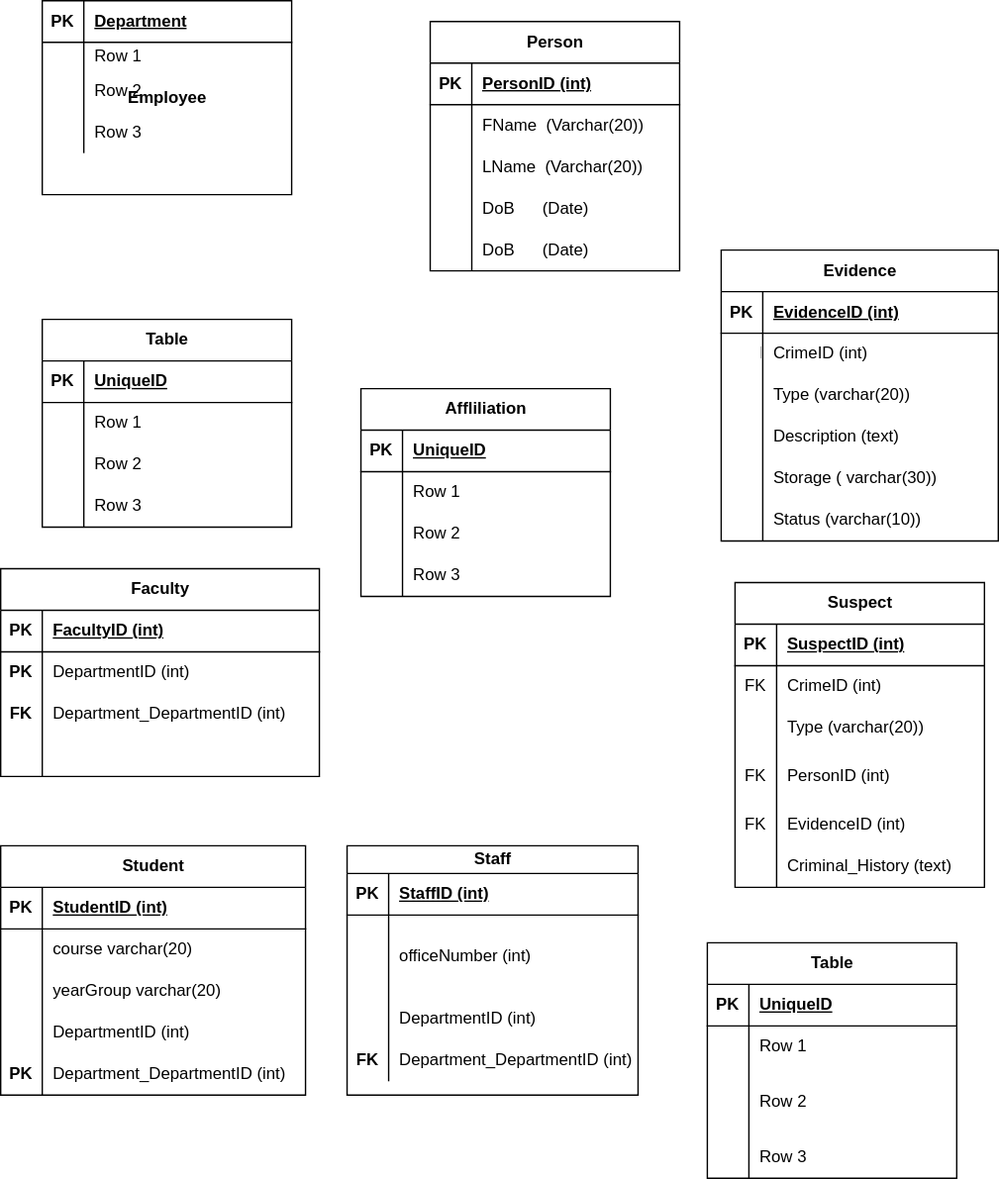
This is Untitled Diagram.drawio.svg from Priscile2/Diagrams, a draw.io export, as it was before one commit. Source tidied: cells renumbered, new cells last; positions are measured from the earlier drawing's top-left corner, leaving out a move shared by most shapes.
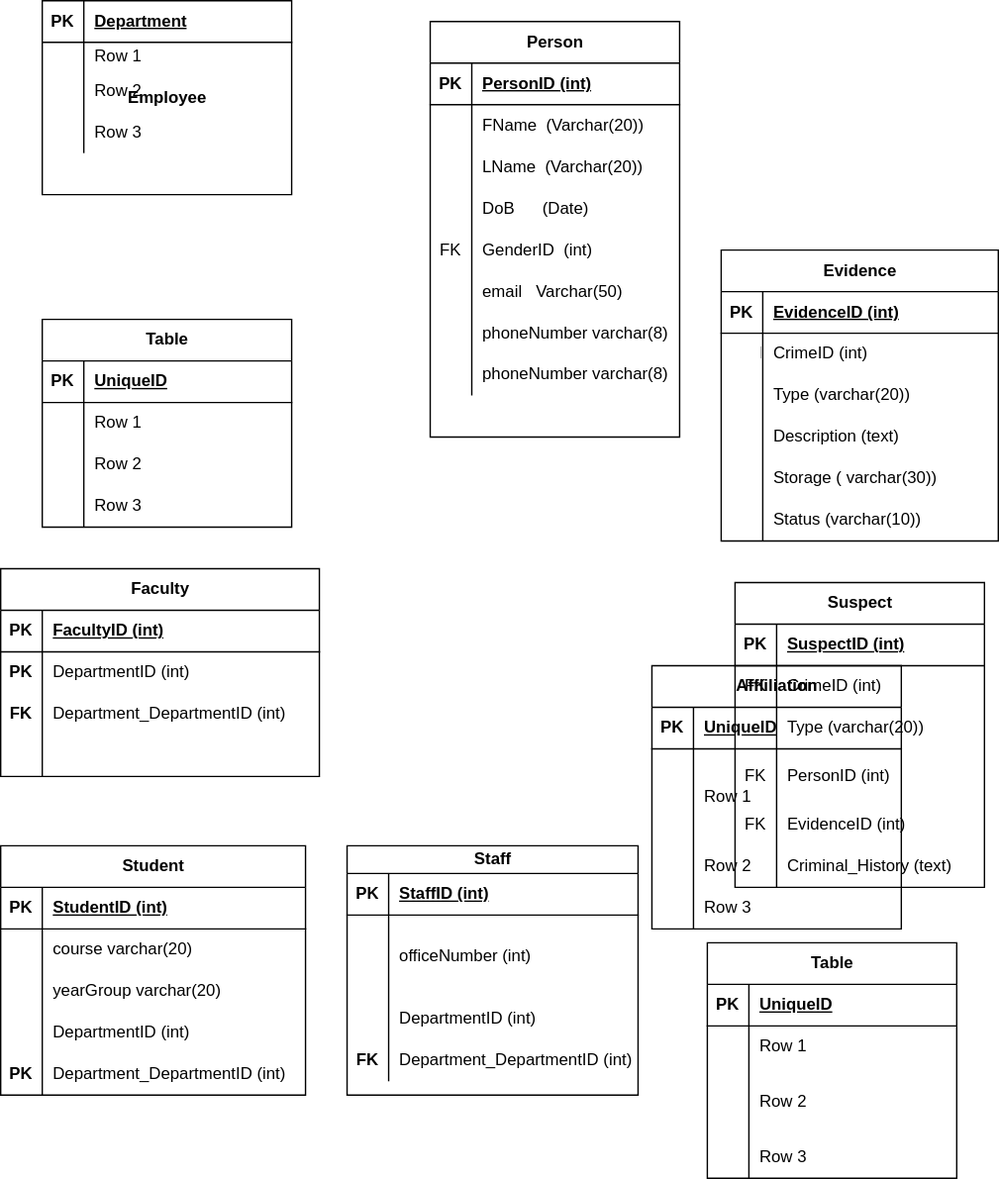
The same file after the commit.

Diff of the diagram source:
```diff
@@ -42,7 +42,7 @@
       <mxGeometry x="30" width="150" height="30" as="geometry" />
     </mxCell>
     <mxCell id="15" value="Person" style="shape=table;startSize=30;rowLines=0;fontStyle=1;align=center;html=1;" parent="1" vertex="1">
-      <mxGeometry x="310" y="15" width="180" height="180" as="geometry" />
+      <mxGeometry x="310" y="15" width="180" height="300" as="geometry" />
     </mxCell>
     <mxCell id="16" style="shape=tableRow;horizontal=0;startSize=0;swimlaneHead=0;swimlaneBody=0;fillColor=none;top=0;left=0;right=0;bottom=1;" parent="15" vertex="1">
       <mxGeometry y="30" width="180" height="30" as="geometry" />
@@ -83,14 +83,41 @@
     <mxCell id="28" style="shape=tableRow;horizontal=0;startSize=0;swimlaneHead=0;swimlaneBody=0;fillColor=none;top=0;left=0;right=0;bottom=0;" parent="15" vertex="1">
       <mxGeometry y="150" width="180" height="30" as="geometry" />
     </mxCell>
-    <mxCell id="29" style="shape=partialRectangle;fillColor=none;top=0;left=0;bottom=0;right=0;overflow=hidden;whiteSpace=wrap;html=1;" parent="28" vertex="1">
+    <mxCell id="29" value="FK" style="shape=partialRectangle;fillColor=none;top=0;left=0;bottom=0;right=0;overflow=hidden;whiteSpace=wrap;html=1;" parent="28" vertex="1">
       <mxGeometry width="30" height="30" as="geometry" />
     </mxCell>
-    <mxCell id="30" value="DoB &amp;nbsp; &amp;nbsp; &amp;nbsp;(Date)" style="shape=partialRectangle;fillColor=none;top=0;left=0;bottom=0;right=0;align=left;spacingLeft=6;overflow=hidden;whiteSpace=wrap;html=1;" parent="28" vertex="1">
+    <mxCell id="30" value="GenderID &amp;nbsp;(int)" style="shape=partialRectangle;fillColor=none;top=0;left=0;bottom=0;right=0;align=left;spacingLeft=6;overflow=hidden;whiteSpace=wrap;html=1;" parent="28" vertex="1">
       <mxGeometry x="30" width="150" height="30" as="geometry" />
     </mxCell>
+    <mxCell id="150" style="shape=tableRow;horizontal=0;startSize=0;swimlaneHead=0;swimlaneBody=0;fillColor=none;top=0;left=0;right=0;bottom=0;" parent="15" vertex="1">
+      <mxGeometry y="180" width="180" height="30" as="geometry" />
+    </mxCell>
+    <mxCell id="151" style="shape=partialRectangle;fillColor=none;top=0;left=0;bottom=0;right=0;overflow=hidden;whiteSpace=wrap;html=1;" parent="150" vertex="1">
+      <mxGeometry width="30" height="30" as="geometry" />
+    </mxCell>
+    <mxCell id="152" value="email &amp;nbsp; Varchar(50)" style="shape=partialRectangle;fillColor=none;top=0;left=0;bottom=0;right=0;align=left;spacingLeft=6;overflow=hidden;whiteSpace=wrap;html=1;" parent="150" vertex="1">
+      <mxGeometry x="30" width="150" height="30" as="geometry" />
+    </mxCell>
+    <mxCell id="153" style="shape=tableRow;horizontal=0;startSize=0;swimlaneHead=0;swimlaneBody=0;fillColor=none;top=0;left=0;right=0;bottom=0;" parent="15" vertex="1">
+      <mxGeometry y="210" width="180" height="30" as="geometry" />
+    </mxCell>
+    <mxCell id="154" style="shape=partialRectangle;fillColor=none;top=0;left=0;bottom=0;right=0;overflow=hidden;whiteSpace=wrap;html=1;" parent="153" vertex="1">
+      <mxGeometry width="30" height="30" as="geometry" />
+    </mxCell>
+    <mxCell id="155" value="phoneNumber varchar(8)" style="shape=partialRectangle;fillColor=none;top=0;left=0;bottom=0;right=0;align=left;spacingLeft=6;overflow=hidden;whiteSpace=wrap;html=1;" parent="153" vertex="1">
+      <mxGeometry x="30" width="150" height="30" as="geometry" />
+    </mxCell>
+    <mxCell id="156" style="shape=tableRow;horizontal=0;startSize=0;swimlaneHead=0;swimlaneBody=0;fillColor=none;top=0;left=0;right=0;bottom=0;" parent="15" vertex="1">
+      <mxGeometry y="240" width="180" height="30" as="geometry" />
+    </mxCell>
+    <mxCell id="157" style="shape=partialRectangle;fillColor=none;top=0;left=0;bottom=0;right=0;overflow=hidden;whiteSpace=wrap;html=1;" parent="156" vertex="1">
+      <mxGeometry width="30" height="30" as="geometry" />
+    </mxCell>
+    <mxCell id="158" value="phoneNumber varchar(8)" style="shape=partialRectangle;fillColor=none;top=0;left=0;bottom=0;right=0;align=left;spacingLeft=6;overflow=hidden;whiteSpace=wrap;html=1;" parent="156" vertex="1">
+      <mxGeometry x="30" width="150" height="30" as="geometry" />
+    </mxCell>
     <mxCell id="31" value="Affliliation" style="shape=table;startSize=30;rowLines=0;fontStyle=1;align=center;html=1;" parent="1" vertex="1">
-      <mxGeometry x="260" y="280" width="180" height="150" as="geometry" />
+      <mxGeometry x="470" y="480" width="180" height="190" as="geometry" />
     </mxCell>
     <mxCell id="32" style="shape=tableRow;horizontal=0;startSize=0;swimlaneHead=0;swimlaneBody=0;fillColor=none;top=0;left=0;right=0;bottom=1;" parent="31" vertex="1">
       <mxGeometry y="30" width="180" height="30" as="geometry" />
@@ -102,16 +129,16 @@
       <mxGeometry x="30" width="150" height="30" as="geometry" />
     </mxCell>
     <mxCell id="35" style="shape=tableRow;horizontal=0;startSize=0;swimlaneHead=0;swimlaneBody=0;fillColor=none;top=0;left=0;right=0;bottom=0;" parent="31" vertex="1">
-      <mxGeometry y="60" width="180" height="30" as="geometry" />
+      <mxGeometry y="60" width="180" height="70" as="geometry" />
     </mxCell>
     <mxCell id="36" style="shape=partialRectangle;fillColor=none;top=0;left=0;bottom=0;right=0;overflow=hidden;whiteSpace=wrap;html=1;" parent="35" vertex="1">
-      <mxGeometry width="30" height="30" as="geometry" />
+      <mxGeometry width="30" height="70" as="geometry" />
     </mxCell>
     <mxCell id="37" value="Row 1" style="shape=partialRectangle;fillColor=none;top=0;left=0;bottom=0;right=0;align=left;spacingLeft=6;overflow=hidden;whiteSpace=wrap;html=1;" parent="35" vertex="1">
-      <mxGeometry x="30" width="150" height="30" as="geometry" />
+      <mxGeometry x="30" width="150" height="70" as="geometry" />
     </mxCell>
     <mxCell id="38" style="shape=tableRow;horizontal=0;startSize=0;swimlaneHead=0;swimlaneBody=0;fillColor=none;top=0;left=0;right=0;bottom=0;" parent="31" vertex="1">
-      <mxGeometry y="90" width="180" height="30" as="geometry" />
+      <mxGeometry y="130" width="180" height="30" as="geometry" />
     </mxCell>
     <mxCell id="39" style="shape=partialRectangle;fillColor=none;top=0;left=0;bottom=0;right=0;overflow=hidden;whiteSpace=wrap;html=1;" parent="38" vertex="1">
       <mxGeometry width="30" height="30" as="geometry" />
@@ -120,7 +147,7 @@
       <mxGeometry x="30" width="150" height="30" as="geometry" />
     </mxCell>
     <mxCell id="41" style="shape=tableRow;horizontal=0;startSize=0;swimlaneHead=0;swimlaneBody=0;fillColor=none;top=0;left=0;right=0;bottom=0;" parent="31" vertex="1">
-      <mxGeometry y="120" width="180" height="30" as="geometry" />
+      <mxGeometry y="160" width="180" height="30" as="geometry" />
     </mxCell>
     <mxCell id="42" style="shape=partialRectangle;fillColor=none;top=0;left=0;bottom=0;right=0;overflow=hidden;whiteSpace=wrap;html=1;" parent="41" vertex="1">
       <mxGeometry width="30" height="30" as="geometry" />
```
